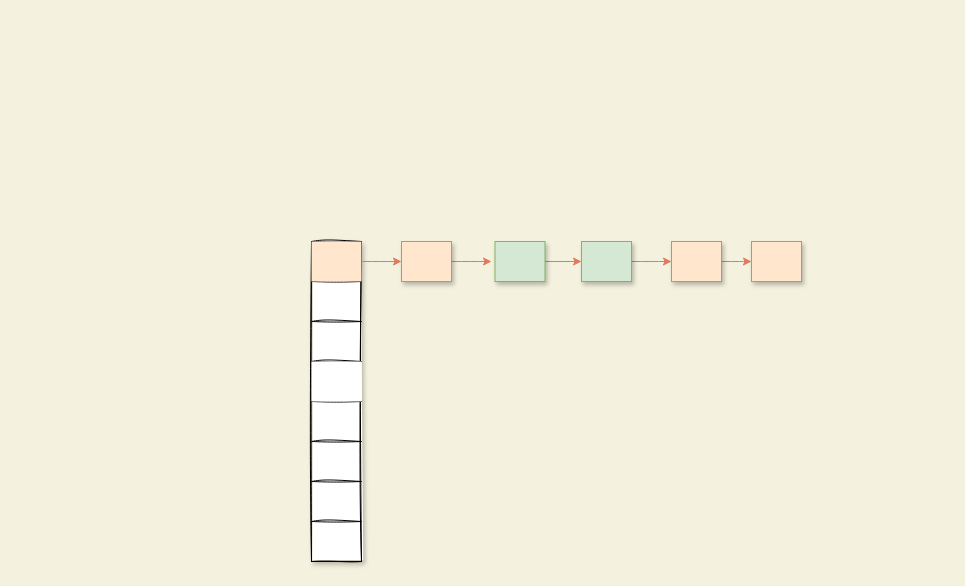
Before: page "lastRun" (7 of 10) of thread/扩容.drawio in mydlxy/draw, a draw.io diagram. Source tidied: cells renumbered, new cells numbered last; positions are measured from the earlier drawing's top-left corner, leaving out a move shared by most shapes. Both pictures are drawn from the tidied source at 100%, with x=0, y=0 at pixel (311, 241).
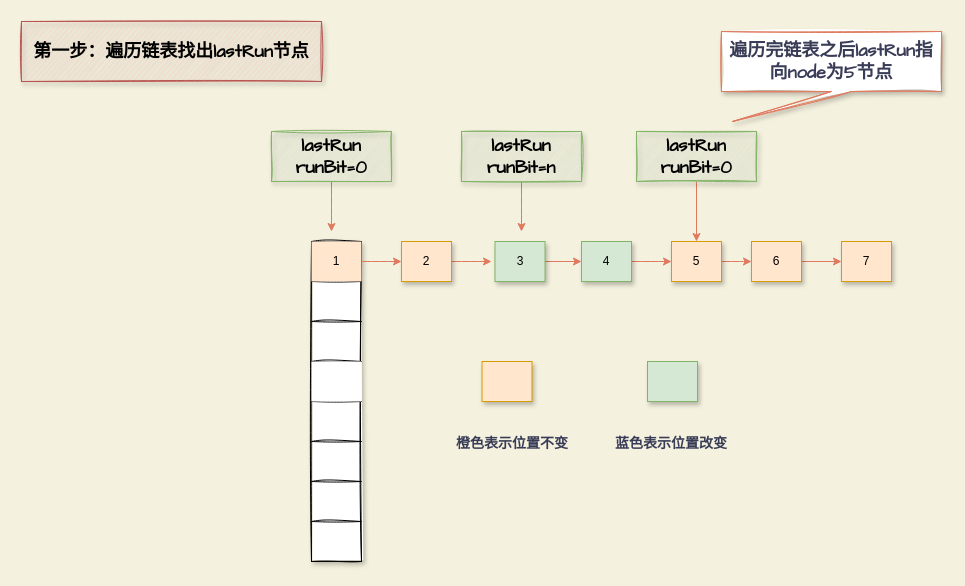
The same page after the edit.

The change refers to these unchanged cells:
```xml
<mxCell id="3" style="shape=tableRow;horizontal=0;startSize=0;swimlaneHead=0;swimlaneBody=0;top=0;left=0;bottom=0;right=0;fillColor=none;points=[[0,0.5],[1,0.5]];portConstraint=eastwest;rounded=0;sketch=0;fontColor=#393C56;strokeColor=#E07A5F;" parent="2" vertex="1">
  <mxGeometry width="50" height="40" as="geometry" />
</mxCell>
```

Diff of the diagram source:
```diff
@@
-    <mxCell id="4" style="shape=partialRectangle;html=1;whiteSpace=wrap;overflow=hidden;fillColor=#ffe6cc;top=0;left=0;bottom=0;right=0;rounded=0;sketch=0;strokeColor=#d79b00;" parent="3" vertex="1">
+    <mxCell id="4" value="1" style="shape=partialRectangle;html=1;whiteSpace=wrap;overflow=hidden;fillColor=#ffe6cc;top=0;left=0;bottom=0;right=0;rounded=0;sketch=0;strokeColor=#d79b00;" parent="3" vertex="1">
       <mxGeometry width="50" height="40" as="geometry" />
     </mxCell>
@@
-    <mxCell id="21" style="whiteSpace=wrap;html=1;rounded=0;shadow=1;sketch=0;strokeColor=#d79b00;fillColor=#ffe6cc;" parent="1" vertex="1">
+    <mxCell id="21" value="2" style="whiteSpace=wrap;html=1;rounded=0;shadow=1;sketch=0;strokeColor=#d79b00;fillColor=#ffe6cc;" parent="1" vertex="1">
       <mxGeometry x="90" width="50" height="40" as="geometry" />
     </mxCell>
@@
-    <mxCell id="23" style="whiteSpace=wrap;html=1;rounded=0;shadow=1;sketch=0;strokeColor=#82b366;fillColor=#d5e8d4;" parent="1" vertex="1">
+    <mxCell id="23" value="3" style="whiteSpace=wrap;html=1;rounded=0;shadow=1;sketch=0;strokeColor=#82b366;fillColor=#d5e8d4;" parent="1" vertex="1">
       <mxGeometry x="183.5" width="50" height="40" as="geometry" />
     </mxCell>
@@
-    <mxCell id="25" style="whiteSpace=wrap;html=1;rounded=0;shadow=1;sketch=0;strokeColor=#82b366;fillColor=#d5e8d4;" parent="1" vertex="1">
+    <mxCell id="25" value="4" style="whiteSpace=wrap;html=1;rounded=0;shadow=1;sketch=0;strokeColor=#82b366;fillColor=#d5e8d4;" parent="1" vertex="1">
       <mxGeometry x="270" width="50" height="40" as="geometry" />
     </mxCell>
@@
-    <mxCell id="27" style="whiteSpace=wrap;html=1;rounded=0;shadow=1;sketch=0;strokeColor=#d79b00;fillColor=#ffe6cc;" parent="1" vertex="1">
+    <mxCell id="27" value="5" style="whiteSpace=wrap;html=1;rounded=0;shadow=1;sketch=0;strokeColor=#d79b00;fillColor=#ffe6cc;" parent="1" vertex="1">
       <mxGeometry x="360" width="50" height="40" as="geometry" />
     </mxCell>
+    <mxCell id="29" style="edgeStyle=orthogonalEdgeStyle;curved=0;rounded=1;sketch=0;jettySize=auto;html=1;entryX=0;entryY=0.5;entryDx=0;entryDy=0;fontFamily=Comic Sans MS;fontSize=24;fontColor=#393C56;strokeColor=#E07A5F;fillColor=#F2CC8F;" parent="1" edge="1" source="28" target="30">
+      <mxGeometry relative="1" as="geometry" />
+    </mxCell>
-    <mxCell id="28" style="whiteSpace=wrap;html=1;rounded=0;shadow=1;sketch=0;strokeColor=#d79b00;fillColor=#ffe6cc;" parent="1" vertex="1">
+    <mxCell id="28" value="6" style="whiteSpace=wrap;html=1;rounded=0;shadow=1;sketch=0;strokeColor=#d79b00;fillColor=#ffe6cc;" parent="1" vertex="1">
       <mxGeometry x="440" width="50" height="40" as="geometry" />
     </mxCell>
+    <mxCell id="30" value="7" style="whiteSpace=wrap;html=1;rounded=0;shadow=1;sketch=0;strokeColor=#d79b00;fillColor=#ffe6cc;" parent="1" vertex="1">
+      <mxGeometry x="530" width="50" height="40" as="geometry" />
+    </mxCell>
+    <mxCell id="31" style="whiteSpace=wrap;html=1;rounded=0;shadow=1;sketch=0;strokeColor=#d79b00;fillColor=#ffe6cc;" parent="1" vertex="1">
+      <mxGeometry x="170.5" y="120" width="50" height="40" as="geometry" />
+    </mxCell>
+    <mxCell id="32" value="&lt;font style=&quot;font-size: 14px;&quot;&gt;&lt;b&gt;蓝色表示位置改变&lt;/b&gt;&lt;/font&gt;" style="text;html=1;strokeColor=none;fillColor=none;align=center;verticalAlign=middle;whiteSpace=wrap;rounded=0;shadow=1;sketch=0;fontFamily=Comic Sans MS;fontSize=24;fontColor=#393C56;" parent="1" vertex="1">
+      <mxGeometry x="290" y="180" width="140" height="40" as="geometry" />
+    </mxCell>
+    <mxCell id="33" style="whiteSpace=wrap;html=1;rounded=0;shadow=1;sketch=0;strokeColor=#82b366;fillColor=#d5e8d4;" parent="1" vertex="1">
+      <mxGeometry x="336" y="120" width="50" height="40" as="geometry" />
+    </mxCell>
+    <mxCell id="34" value="&lt;font style=&quot;font-size: 14px;&quot;&gt;&lt;b&gt;橙色表示位置不变&lt;/b&gt;&lt;/font&gt;" style="text;html=1;strokeColor=none;fillColor=none;align=center;verticalAlign=middle;whiteSpace=wrap;rounded=0;shadow=1;sketch=0;fontFamily=Comic Sans MS;fontSize=24;fontColor=#393C56;" parent="1" vertex="1">
+      <mxGeometry x="130.5" y="180" width="140" height="40" as="geometry" />
+    </mxCell>
+    <mxCell id="35" style="edgeStyle=orthogonalEdgeStyle;curved=0;rounded=1;sketch=0;jettySize=auto;html=1;fontFamily=Comic Sans MS;fontSize=14;fontColor=#393C56;strokeColor=#E07A5F;fillColor=#F2CC8F;" parent="1" edge="1" source="36">
+      <mxGeometry relative="1" as="geometry">
+        <mxPoint x="20" y="-10" as="targetPoint" />
+      </mxGeometry>
+    </mxCell>
+    <mxCell id="36" value="&lt;b&gt;&lt;font style=&quot;font-size: 18px;&quot;&gt;lastRun&lt;br&gt;runBit=0&lt;br&gt;&lt;/font&gt;&lt;/b&gt;" style="text;html=1;strokeColor=#82b366;fillColor=#d5e8d4;align=center;verticalAlign=middle;whiteSpace=wrap;rounded=0;shadow=1;sketch=1;fontFamily=Comic Sans MS;fontSize=14;" parent="1" vertex="1">
+      <mxGeometry x="-40" y="-110" width="120" height="50" as="geometry" />
+    </mxCell>
+    <mxCell id="37" style="edgeStyle=orthogonalEdgeStyle;curved=0;rounded=1;sketch=0;jettySize=auto;html=1;fontFamily=Comic Sans MS;fontSize=18;fontColor=#393C56;strokeColor=#E07A5F;fillColor=#F2CC8F;" parent="1" edge="1" source="38">
+      <mxGeometry relative="1" as="geometry">
+        <mxPoint x="210" y="-10" as="targetPoint" />
+      </mxGeometry>
+    </mxCell>
+    <mxCell id="38" value="&lt;b&gt;&lt;font style=&quot;font-size: 18px;&quot;&gt;lastRun&lt;br&gt;runBit=n&lt;br&gt;&lt;/font&gt;&lt;/b&gt;" style="text;html=1;strokeColor=#82b366;fillColor=#d5e8d4;align=center;verticalAlign=middle;whiteSpace=wrap;rounded=0;shadow=1;sketch=1;fontFamily=Comic Sans MS;fontSize=14;" parent="1" vertex="1">
+      <mxGeometry x="150" y="-110" width="120" height="50" as="geometry" />
+    </mxCell>
+    <mxCell id="39" style="edgeStyle=orthogonalEdgeStyle;curved=0;rounded=1;sketch=0;jettySize=auto;html=1;entryX=0.5;entryY=0;entryDx=0;entryDy=0;fontFamily=Comic Sans MS;fontSize=18;fontColor=#393C56;strokeColor=#E07A5F;fillColor=#F2CC8F;" parent="1" edge="1" source="40" target="27">
+      <mxGeometry relative="1" as="geometry" />
+    </mxCell>
+    <mxCell id="40" value="&lt;b&gt;&lt;font style=&quot;font-size: 18px;&quot;&gt;lastRun&lt;br&gt;runBit=0&lt;br&gt;&lt;/font&gt;&lt;/b&gt;" style="text;html=1;strokeColor=#82b366;fillColor=#d5e8d4;align=center;verticalAlign=middle;whiteSpace=wrap;rounded=0;shadow=1;sketch=1;fontFamily=Comic Sans MS;fontSize=14;" parent="1" vertex="1">
+      <mxGeometry x="325" y="-110" width="120" height="50" as="geometry" />
+    </mxCell>
+    <mxCell id="41" value="&lt;b&gt;第一步：遍历链表找出lastRun节点&lt;/b&gt;" style="text;html=1;strokeColor=#b85450;fillColor=#f8cecc;align=center;verticalAlign=middle;whiteSpace=wrap;rounded=0;shadow=1;sketch=1;fontFamily=Comic Sans MS;fontSize=18;" parent="1" vertex="1">
+      <mxGeometry x="-290" y="-220" width="300" height="60" as="geometry" />
+    </mxCell>
+    <mxCell id="42" value="&lt;b style=&quot;&quot;&gt;遍历完链表之后lastRun指向node为5节点&lt;/b&gt;" style="shape=callout;whiteSpace=wrap;html=1;perimeter=calloutPerimeter;rounded=0;shadow=1;sketch=1;fontFamily=Comic Sans MS;fontSize=18;fontColor=#393C56;strokeColor=#E07A5F;fillColor=#FFFFFF;position2=0.05;" parent="1" vertex="1">
+      <mxGeometry x="410" y="-210" width="220" height="90" as="geometry" />
+    </mxCell>
```
